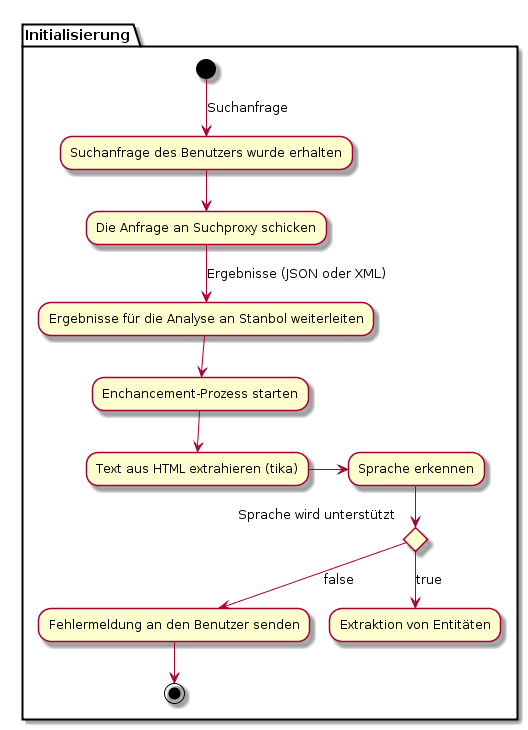
This is vorstellung/diagramms/funktionsweise.png from tastatur/masterarbeit, a PlantUML export, as it was before one commit.
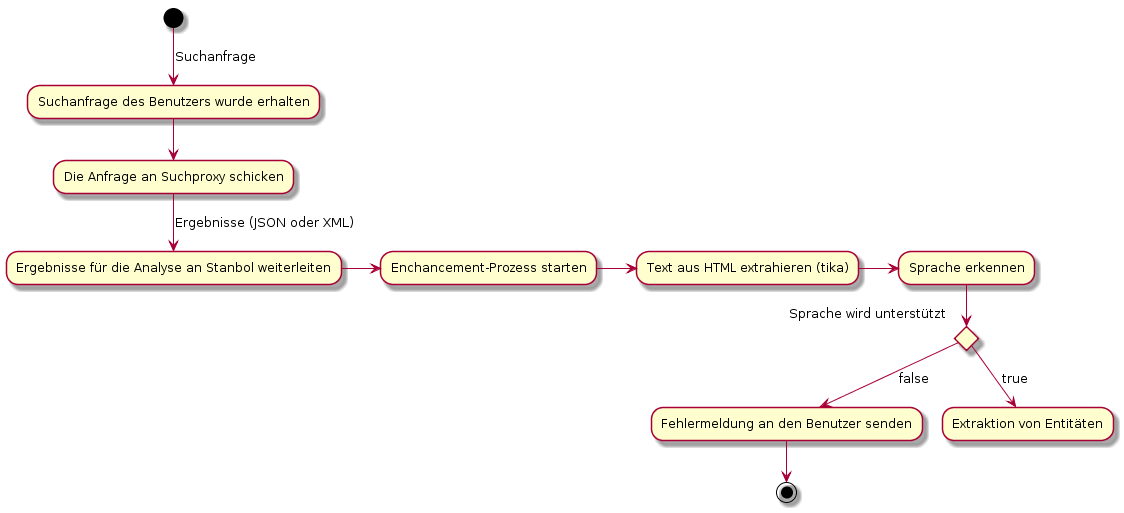
The same diagram one commit later.

The edit, as a diff of the source:
```diff
@@ -1,11 +1,10 @@
 @startuml
 
-partition Initialisierung {
 (*) -->[Suchanfrage] "Suchanfrage des Benutzers wurde erhalten"
 "Suchanfrage des Benutzers wurde erhalten" --> "Die Anfrage an Suchproxy schicken"
 "Die Anfrage an Suchproxy schicken" -->[Ergebnisse (JSON oder XML)] "Ergebnisse für die Analyse an Stanbol weiterleiten"
-"Ergebnisse für die Analyse an Stanbol weiterleiten" --> "Enchancement-Prozess starten"
-"Enchancement-Prozess starten" --> "Text aus HTML extrahieren (tika)"
+"Ergebnisse für die Analyse an Stanbol weiterleiten" --right> "Enchancement-Prozess starten"
+"Enchancement-Prozess starten" --right> "Text aus HTML extrahieren (tika)"
 "Text aus HTML extrahieren (tika)" --right> "Sprache erkennen"
 if "Sprache wird unterstützt" then
 -->[false] "Fehlermeldung an den Benutzer senden"
@@ -13,5 +12,4 @@
 else
 -->[true] "Extraktion von Entitäten"
 endif
-}
 @enduml
```
